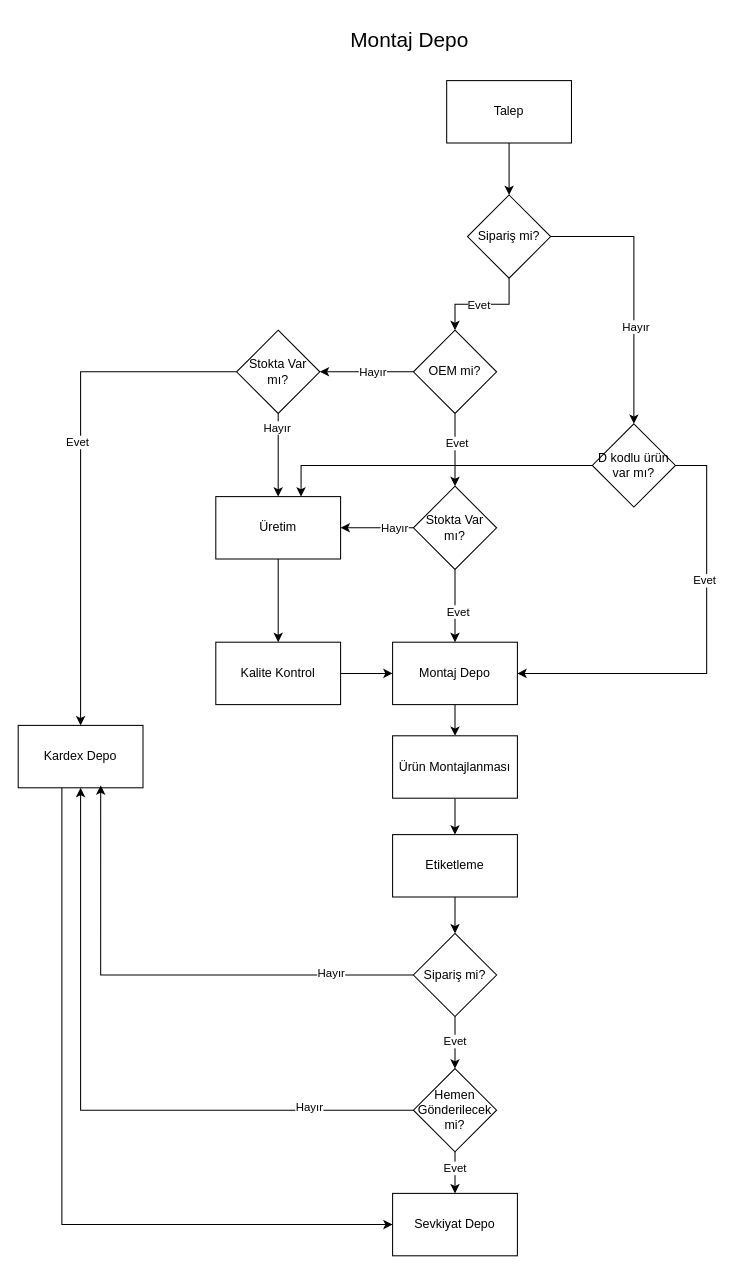
Above: xmls/Depo Akış Şeması.drawio in ahmetnihat/diagrams (draw.io), before the change. Source tidied: cells renumbered, new cells numbered last; positions are measured from the earlier drawing's top-left corner, leaving out a move shared by most shapes. Both pictures are drawn from the tidied source at 104%, with x=0, y=0 at pixel (18, 18).
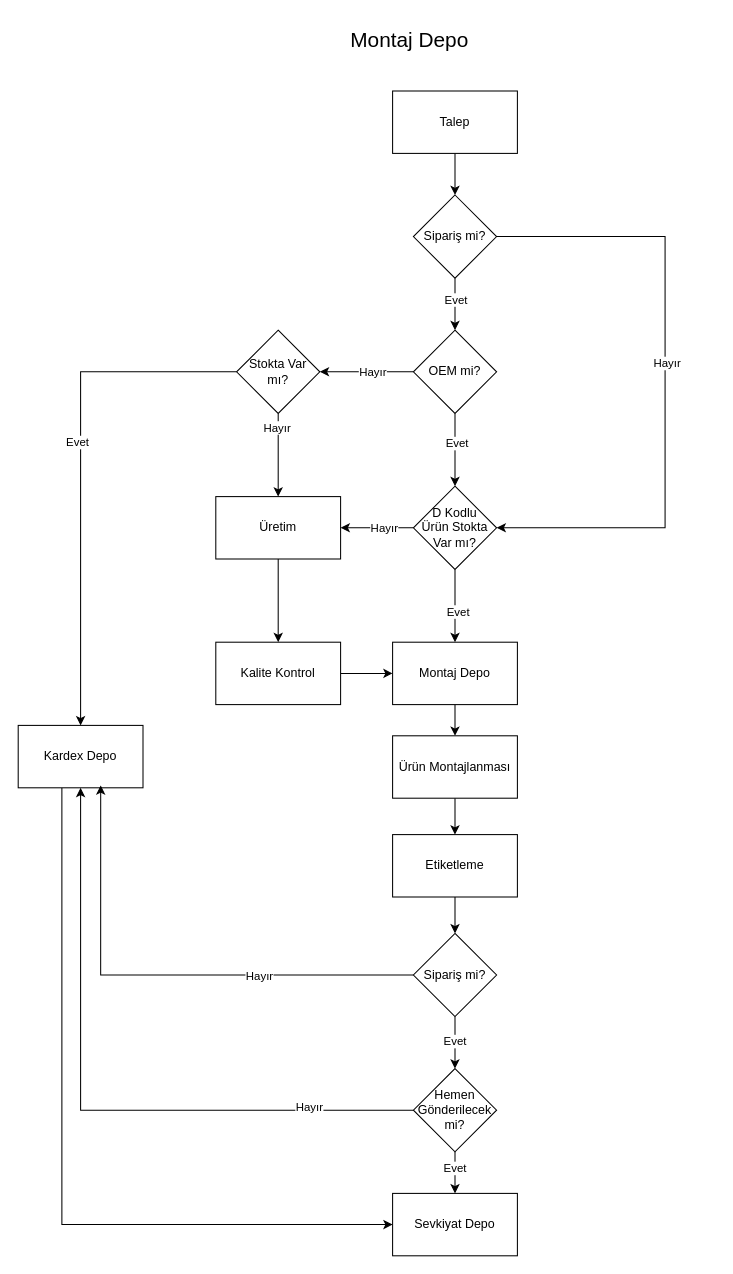
The same diagram, later.

Unchanged cells that the change refers to:
```xml
<mxCell id="5" value="Montaj Depo" style="whiteSpace=wrap;html=1;" parent="1" vertex="1">
  <mxGeometry x="360" y="600" width="120" height="60" as="geometry" />
</mxCell>
<mxCell id="8" style="edgeStyle=orthogonalEdgeStyle;rounded=0;jettySize=auto;html=1;" parent="1" edge="1" source="10" target="17">
  <mxGeometry relative="1" as="geometry" />
</mxCell>
<mxCell id="17" value="Üretim" style="whiteSpace=wrap;html=1;" parent="1" vertex="1">
  <mxGeometry x="190" y="460" width="120" height="60" as="geometry" />
</mxCell>
<mxCell id="30" style="edgeStyle=orthogonalEdgeStyle;rounded=0;jettySize=auto;html=1;" parent="1" edge="1" source="34" target="15">
  <mxGeometry relative="1" as="geometry" />
</mxCell>
<mxCell id="40" style="edgeStyle=orthogonalEdgeStyle;rounded=0;jettySize=auto;html=1;entryX=0.661;entryY=0.962;entryDx=0;entryDy=0;entryPerimeter=0;" parent="1" edge="1" source="39" target="19">
  <mxGeometry relative="1" as="geometry" />
</mxCell>
```

Change to the diagram source:
```diff
@@
     <mxCell id="9" value="Hayır" style="edgeLabel;html=1;align=center;verticalAlign=middle;" parent="8" vertex="1">
       <mxGeometry x="-0.47" y="-4" relative="1" as="geometry">
-        <mxPoint y="4" as="offset" />
+        <mxPoint x="-10" y="4" as="offset" />
       </mxGeometry>
     </mxCell>
-    <mxCell id="10" value="Stokta Var mı?" style="rhombus;whiteSpace=wrap;html=1;" parent="1" vertex="1">
+    <mxCell id="10" value="D Kodlu&lt;div&gt;Ürün Stokta Var mı?&lt;/div&gt;" style="rhombus;whiteSpace=wrap;html=1;" parent="1" vertex="1">
       <mxGeometry x="380" y="450" width="80" height="80" as="geometry" />
     </mxCell>
@@
     <mxCell id="31" value="Evet" style="edgeLabel;html=1;align=center;verticalAlign=middle;" parent="30" vertex="1">
       <mxGeometry x="0.15" relative="1" as="geometry">
-        <mxPoint x="4" as="offset" />
+        <mxPoint y="-9" as="offset" />
       </mxGeometry>
     </mxCell>
-    <mxCell id="32" style="edgeStyle=orthogonalEdgeStyle;rounded=0;jettySize=auto;html=1;" parent="1" edge="1" source="34" target="50">
-      <mxGeometry relative="1" as="geometry" />
+    <mxCell id="32" style="edgeStyle=orthogonalEdgeStyle;rounded=0;jettySize=auto;html=1;entryX=1;entryY=0.5;entryDx=0;entryDy=0;" parent="1" edge="1" source="34" target="10">
+      <mxGeometry relative="1" as="geometry">
+        <Array as="points">
+          <mxPoint x="622" y="210" />
+          <mxPoint x="622" y="490" />
+        </Array>
+      </mxGeometry>
     </mxCell>
     <mxCell id="33" value="Hayır" style="edgeLabel;html=1;align=center;verticalAlign=middle;" parent="32" vertex="1">
-      <mxGeometry x="0.28" y="1" relative="1" as="geometry" />
+      <mxGeometry x="0.28" y="1" relative="1" as="geometry">
+        <mxPoint y="-104" as="offset" />
+      </mxGeometry>
     </mxCell>
     <mxCell id="34" value="Sipariş mi?" style="rhombus;whiteSpace=wrap;html=1;" parent="1" vertex="1">
-      <mxGeometry x="432" y="170" width="80" height="80" as="geometry" />
+      <mxGeometry x="380" y="170" width="80" height="80" as="geometry" />
     </mxCell>
@@
     <mxCell id="36" value="Talep" style="whiteSpace=wrap;html=1;" parent="1" vertex="1">
-      <mxGeometry x="412" y="60" width="120" height="60" as="geometry" />
+      <mxGeometry x="360" y="70" width="120" height="60" as="geometry" />
     </mxCell>
@@
     <mxCell id="41" value="Hayır" style="edgeLabel;html=1;align=center;verticalAlign=middle;" parent="40" vertex="1">
-      <mxGeometry x="-0.67" y="-3" relative="1" as="geometry" />
+      <mxGeometry x="-0.67" y="-3" relative="1" as="geometry">
+        <mxPoint x="-69" y="3" as="offset" />
+      </mxGeometry>
     </mxCell>
@@
-    <mxCell id="48" style="edgeStyle=orthogonalEdgeStyle;rounded=0;jettySize=auto;html=1;entryX=1;entryY=0.5;entryDx=0;entryDy=0;" parent="1" edge="1" source="50" target="5">
-      <mxGeometry relative="1" as="geometry">
-        <Array as="points">
-          <mxPoint x="662" y="630" />
-        </Array>
-      </mxGeometry>
-    </mxCell>
-    <mxCell id="49" value="Evet" style="edgeLabel;html=1;align=center;verticalAlign=middle;" parent="48" vertex="1">
-      <mxGeometry x="-0.32" y="-3" relative="1" as="geometry" />
-    </mxCell>
-    <mxCell id="50" value="D kodlu ürün var mı?" style="rhombus;whiteSpace=wrap;html=1;" parent="1" vertex="1">
-      <mxGeometry x="552" y="390" width="80" height="80" as="geometry" />
-    </mxCell>
-    <mxCell id="51" style="edgeStyle=orthogonalEdgeStyle;rounded=0;jettySize=auto;html=1;entryX=0.683;entryY=0;entryDx=0;entryDy=0;entryPerimeter=0;" parent="1" edge="1" source="50" target="17">
-      <mxGeometry relative="1" as="geometry" />
-    </mxCell>
```
